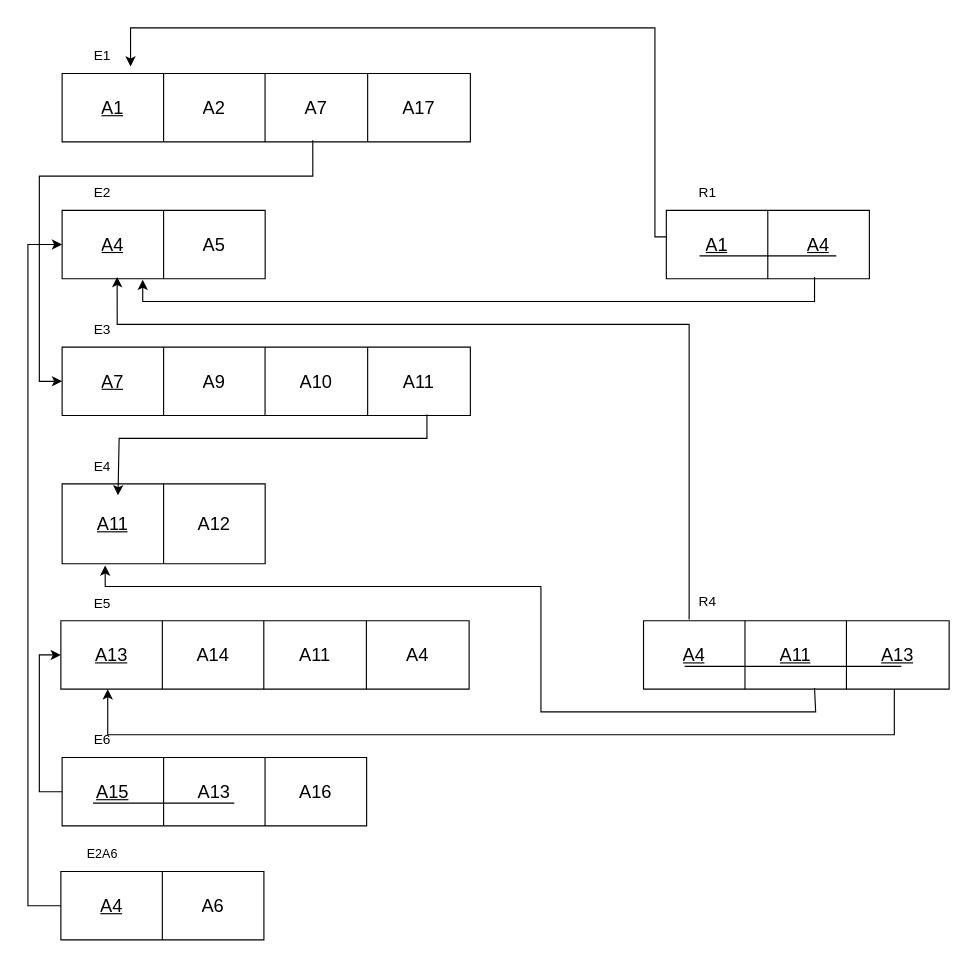
Above: ERD/assignment1q2.drawio in Yixuan519Lu/COMP9311 (draw.io), before the change. Source tidied: cells renumbered, new cells numbered last; positions are measured from the earlier drawing's top-left corner, leaving out a move shared by most shapes. Both pictures are drawn from the tidied source at 114%, with x=0, y=0 at pixel (27, 27).
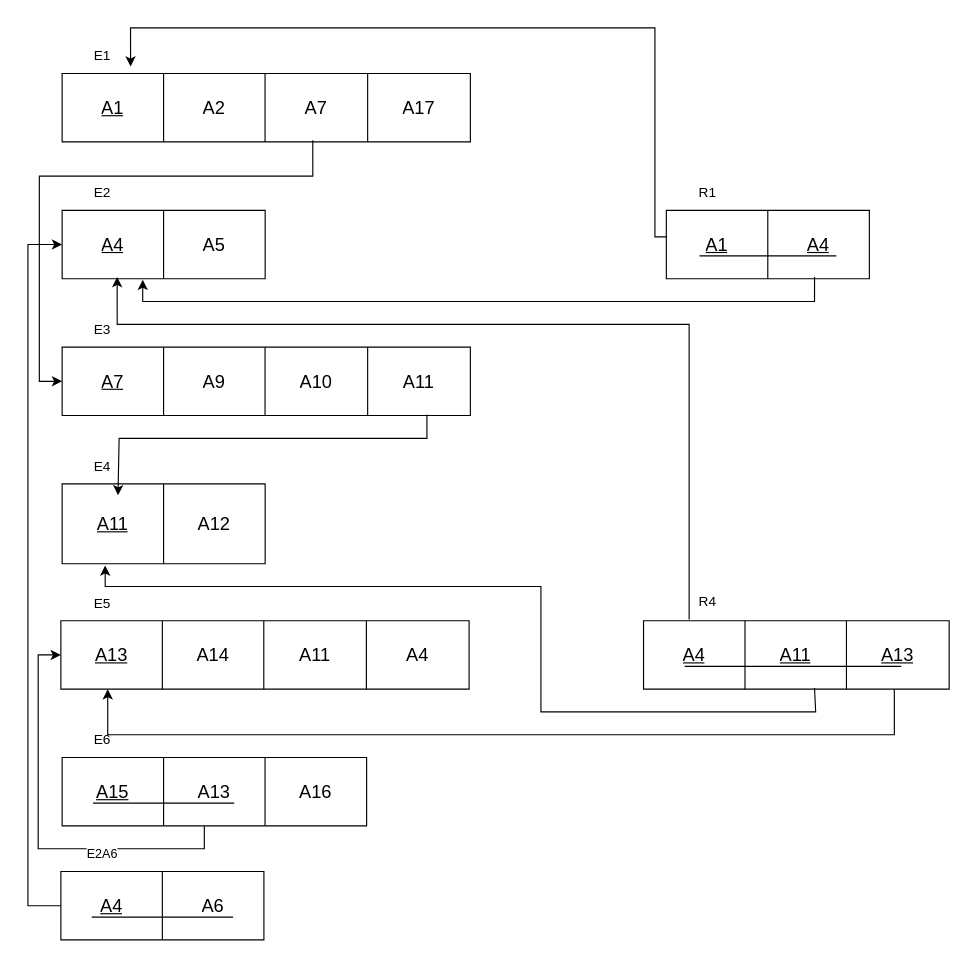
The same diagram, later.

Unchanged cells that the change refers to:
```xml
<mxCell id="27" style="shape=tableRow;horizontal=0;startSize=0;swimlaneHead=0;swimlaneBody=0;strokeColor=inherit;top=0;left=0;bottom=0;right=0;fillColor=none;points=[[0,0.5],[1,0.5]];portConstraint=eastwest;fontSize=16;" parent="26" vertex="1">
  <mxGeometry width="358.1" height="60" as="geometry" />
</mxCell>
<mxCell id="35" style="shape=tableRow;horizontal=0;startSize=0;swimlaneHead=0;swimlaneBody=0;strokeColor=inherit;top=0;left=0;bottom=0;right=0;fillColor=none;points=[[0,0.5],[1,0.5]];portConstraint=eastwest;fontSize=16;" parent="34" vertex="1">
  <mxGeometry width="267.1" height="60" as="geometry" />
</mxCell>
```

The edit, as a diff of the source:
```diff
@@
-    <mxCell id="39" style="edgeStyle=orthogonalEdgeStyle;rounded=0;jettySize=auto;html=1;exitX=0;exitY=0.5;exitDx=0;exitDy=0;entryX=0;entryY=0.5;entryDx=0;entryDy=0;" parent="1" edge="1" source="35" target="27">
-      <mxGeometry relative="1" as="geometry" />
+    <mxCell id="39" style="edgeStyle=orthogonalEdgeStyle;rounded=0;jettySize=auto;html=1;entryX=0;entryY=0.5;entryDx=0;entryDy=0;exitX=0.467;exitY=1.005;exitDx=0;exitDy=0;exitPerimeter=0;" parent="1" edge="1" source="35" target="27">
+      <mxGeometry relative="1" as="geometry">
+        <Array as="points">
+          <mxPoint x="155" y="720" />
+          <mxPoint x="9" y="720" />
+          <mxPoint x="9" y="550" />
+        </Array>
+      </mxGeometry>
     </mxCell>
@@
+    <mxCell id="68" style="endArrow=none;html=1;rounded=0;strokeColor=default;align=center;verticalAlign=middle;fontFamily=Helvetica;fontSize=11;fontColor=default;labelBackgroundColor=default;edgeStyle=orthogonalEdgeStyle;" parent="1" edge="1">
+      <mxGeometry relative="1" as="geometry">
+        <mxPoint x="56" y="780" as="sourcePoint" />
+        <mxPoint x="180" y="780" as="targetPoint" />
+      </mxGeometry>
+    </mxCell>
```
